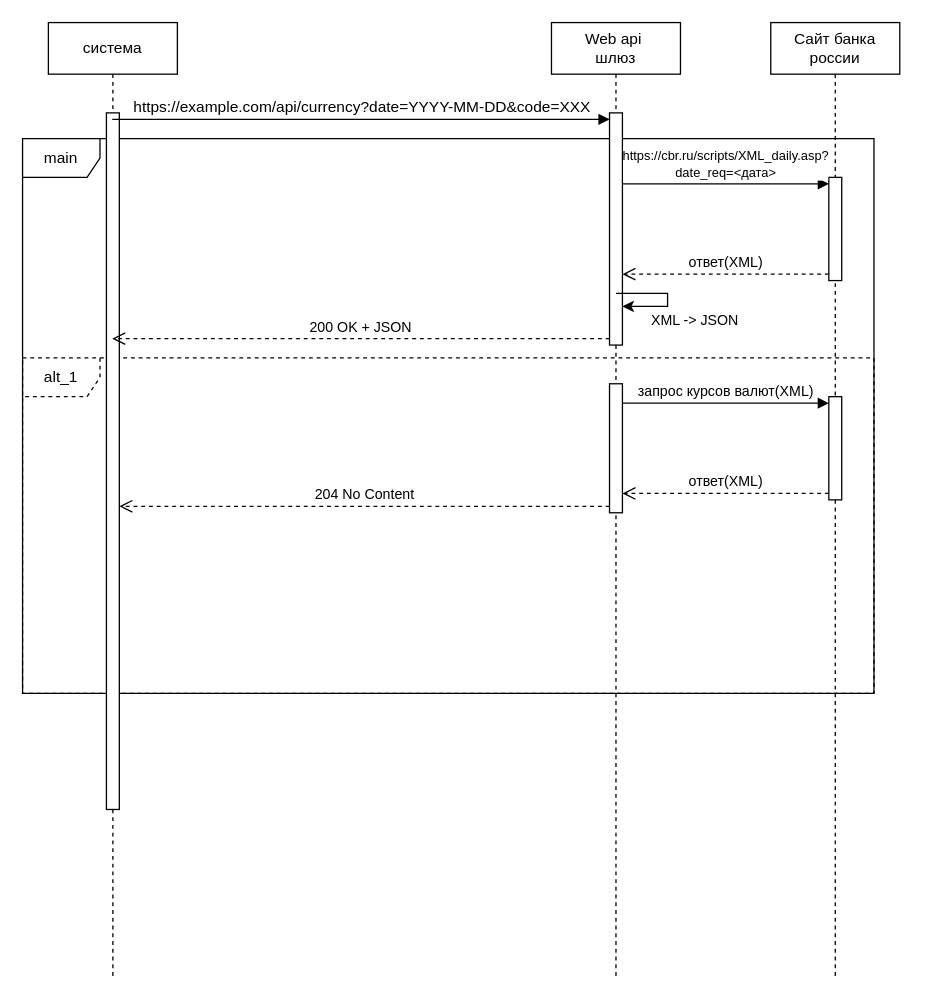
Earlier version of the draw.io diagram test1.drawio (bulkhukou/redesigned-octo-broccoli). Source tidied: cells renumbered, new cells numbered last; positions are measured from the earlier drawing's top-left corner, leaving out a move shared by most shapes. Both pictures are drawn from the tidied source at 129%, with x=0, y=0 at pixel (22, 22).
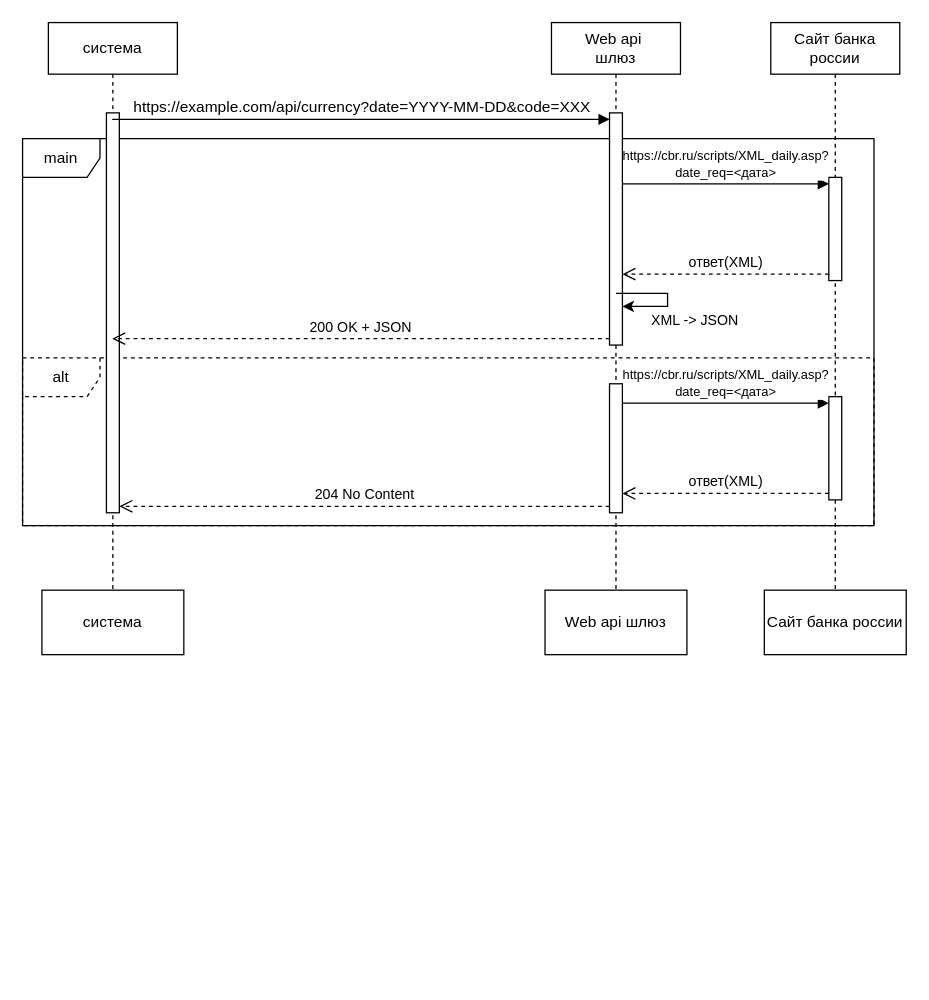
The same page after the edit.

The change refers to these unchanged cells:
```xml
<mxCell id="5" style="html=1;points=[[0,0,0,0,5],[0,1,0,0,-5],[1,0,0,0,5],[1,1,0,0,-5]];perimeter=orthogonalPerimeter;outlineConnect=0;targetShapes=umlLifeline;portConstraint=eastwest;newEdgeStyle={&quot;curved&quot;:0,&quot;rounded&quot;:0};" parent="4" vertex="1">
  <mxGeometry x="45" y="70" width="10" height="180" as="geometry" />
</mxCell>
<mxCell id="7" style="html=1;points=[[0,0,0,0,5],[0,1,0,0,-5],[1,0,0,0,5],[1,1,0,0,-5]];perimeter=orthogonalPerimeter;outlineConnect=0;targetShapes=umlLifeline;portConstraint=eastwest;newEdgeStyle={&quot;curved&quot;:0,&quot;rounded&quot;:0};" parent="6" vertex="1">
  <mxGeometry x="45" y="290" width="10" height="80" as="geometry" />
</mxCell>
<mxCell id="8" style="html=1;points=[[0,0,0,0,5],[0,1,0,0,-5],[1,0,0,0,5],[1,1,0,0,-5]];perimeter=orthogonalPerimeter;outlineConnect=0;targetShapes=umlLifeline;portConstraint=eastwest;newEdgeStyle={&quot;curved&quot;:0,&quot;rounded&quot;:0};" parent="6" vertex="1">
  <mxGeometry x="45" y="120" width="10" height="80" as="geometry" />
</mxCell>
<mxCell id="17" style="html=1;points=[[0,0,0,0,5],[0,1,0,0,-5],[1,0,0,0,5],[1,1,0,0,-5]];perimeter=orthogonalPerimeter;outlineConnect=0;targetShapes=umlLifeline;portConstraint=eastwest;newEdgeStyle={&quot;curved&quot;:0,&quot;rounded&quot;:0};" parent="1" vertex="1">
  <mxGeometry x="455" y="280" width="10" height="100" as="geometry" />
</mxCell>
```

Diff of the diagram source:
```diff
@@
-    <mxCell id="2" value="alt_1" style="shape=umlFrame;whiteSpace=wrap;html=1;dashed=1;" parent="1" vertex="1">
-      <mxGeometry y="260" width="660" height="260" as="geometry" />
+    <mxCell id="2" value="alt" style="shape=umlFrame;whiteSpace=wrap;html=1;dashed=1;" parent="1" vertex="1">
+      <mxGeometry y="260" width="660" height="130" as="geometry" />
     </mxCell>
     <mxCell id="3" value="main" style="shape=umlFrame;whiteSpace=wrap;html=1;" parent="1" vertex="1">
-      <mxGeometry y="90" width="660" height="430" as="geometry" />
+      <mxGeometry y="90" width="660" height="300" as="geometry" />
     </mxCell>
     <mxCell id="4" value="Web api&amp;nbsp;&lt;br&gt;шлюз" style="shape=umlLifeline;perimeter=lifelinePerimeter;whiteSpace=wrap;html=1;newEdgeStyle={&quot;curved&quot;:0,&quot;rounded&quot;:0};" parent="1" vertex="1">
-      <mxGeometry x="410" width="100" height="740" as="geometry" />
+      <mxGeometry x="410" width="100" height="440" as="geometry" />
     </mxCell>
@@
     <mxCell id="6" value="Сайт банка россии" style="shape=umlLifeline;perimeter=lifelinePerimeter;whiteSpace=wrap;html=1;newEdgeStyle={&quot;curved&quot;:0,&quot;rounded&quot;:0};" parent="1" vertex="1">
-      <mxGeometry x="580" width="100" height="740" as="geometry" />
+      <mxGeometry x="580" width="100" height="440" as="geometry" />
     </mxCell>
@@
     <mxCell id="9" value="система" style="shape=umlLifeline;perimeter=lifelinePerimeter;whiteSpace=wrap;html=1;outlineConnect=0;portConstraint=eastwest;newEdgeStyle={&quot;curved&quot;:0,&quot;rounded&quot;:0};" parent="1" vertex="1">
-      <mxGeometry x="20" width="100" height="740" as="geometry" />
+      <mxGeometry x="20" width="100" height="440" as="geometry" />
     </mxCell>
     <mxCell id="10" style="html=1;points=[[0,0,0,0,5],[0,1,0,0,-5],[1,0,0,0,5],[1,1,0,0,-5]];perimeter=orthogonalPerimeter;outlineConnect=0;targetShapes=umlLifeline;portConstraint=eastwest;newEdgeStyle={&quot;curved&quot;:0,&quot;rounded&quot;:0};" parent="9" vertex="1">
-      <mxGeometry x="45" y="70" width="10" height="540" as="geometry" />
+      <mxGeometry x="45" y="70" width="10" height="310" as="geometry" />
     </mxCell>
@@
-    <mxCell id="13" value="&lt;span id=&quot;docs-internal-guid-be763bf7-7fff-34bf-85fb-42253519a45e&quot;&gt;&lt;span style=&quot;font-family: Arial, sans-serif; font-variant-numeric: normal; font-variant-east-asian: normal; font-variant-alternates: normal; font-variant-position: normal; font-variant-emoji: normal; vertical-align: baseline; white-space: pre-wrap;&quot;&gt;&lt;font style=&quot;font-size: 10px;&quot;&gt;https://cbr.ru/scripts/XML_daily.asp?&lt;br&gt;date_req=&amp;lt;дата&amp;gt;&lt;/font&gt;&lt;/span&gt;&lt;/span&gt;" style="html=1;verticalAlign=bottom;endArrow=block;curved=0;rounded=0;entryX=0;entryY=0;entryDx=0;entryDy=5;" parent="1" edge="1" source="5" target="8">
+    <mxCell id="13" value="&lt;span id=&quot;docs-internal-guid-be763bf7-7fff-34bf-85fb-42253519a45e&quot;&gt;&lt;span style=&quot;font-family: Arial, sans-serif; background-color: transparent; font-variant-numeric: normal; font-variant-east-asian: normal; font-variant-alternates: normal; font-variant-position: normal; font-variant-emoji: normal; vertical-align: baseline; white-space: pre-wrap;&quot;&gt;&lt;font style=&quot;font-size: 10px;&quot;&gt;https://cbr.ru/scripts/XML_daily.asp?&lt;br/&gt;date_req=&amp;lt;дата&amp;gt;&lt;/font&gt;&lt;/span&gt;&lt;/span&gt;" style="html=1;verticalAlign=bottom;endArrow=block;curved=0;rounded=0;entryX=0;entryY=0;entryDx=0;entryDy=5;" parent="1" edge="1" source="5" target="8">
       <mxGeometry relative="1" as="geometry" />
     </mxCell>
@@
-    <mxCell id="20" value="запрос курсов валют(XML)" style="html=1;verticalAlign=bottom;endArrow=block;curved=0;rounded=0;entryX=0;entryY=0;entryDx=0;entryDy=5;" parent="1" edge="1" source="17" target="7">
+    <mxCell id="20" value="&lt;span style=&quot;font-family: Arial, sans-serif; font-size: 10px; white-space: pre-wrap;&quot;&gt;https://cbr.ru/scripts/XML_daily.asp?&lt;/span&gt;&lt;br style=&quot;font-family: Arial, sans-serif; font-size: 10px; white-space: pre-wrap;&quot;&gt;&lt;span style=&quot;font-family: Arial, sans-serif; font-size: 10px; white-space: pre-wrap;&quot;&gt;date_req=&amp;lt;дата&amp;gt;&lt;/span&gt;" style="html=1;verticalAlign=bottom;endArrow=block;curved=0;rounded=0;entryX=0;entryY=0;entryDx=0;entryDy=5;" parent="1" edge="1" source="17" target="7">
       <mxGeometry relative="1" as="geometry" />
     </mxCell>
+    <mxCell id="21" value="система" style="html=1;whiteSpace=wrap;" parent="1" vertex="1">
+      <mxGeometry x="15" y="440" width="110" height="50" as="geometry" />
+    </mxCell>
+    <mxCell id="22" value="Web api шлюз" style="html=1;whiteSpace=wrap;" parent="1" vertex="1">
+      <mxGeometry x="405" y="440" width="110" height="50" as="geometry" />
+    </mxCell>
+    <mxCell id="23" value="Сайт банка россии" style="html=1;whiteSpace=wrap;" parent="1" vertex="1">
+      <mxGeometry x="575" y="440" width="110" height="50" as="geometry" />
+    </mxCell>
```
